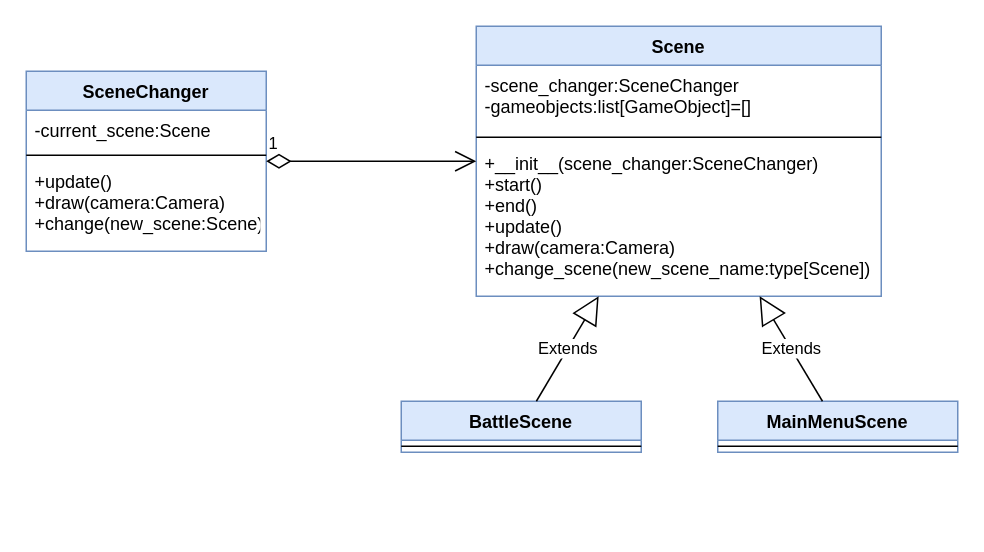
Earlier version of the draw.io diagram page "ScencChanger" (6 of 6) of Diagram/ARPG_PrototypeClassDiagram.drawio (dopamine333/ARPG_Prototype). Source tidied: cells renumbered, new cells numbered last; positions are measured from the earlier drawing's top-left corner, leaving out a move shared by most shapes. Both pictures are drawn from the tidied source at 150%, with x=0, y=0 at pixel (26, 26).
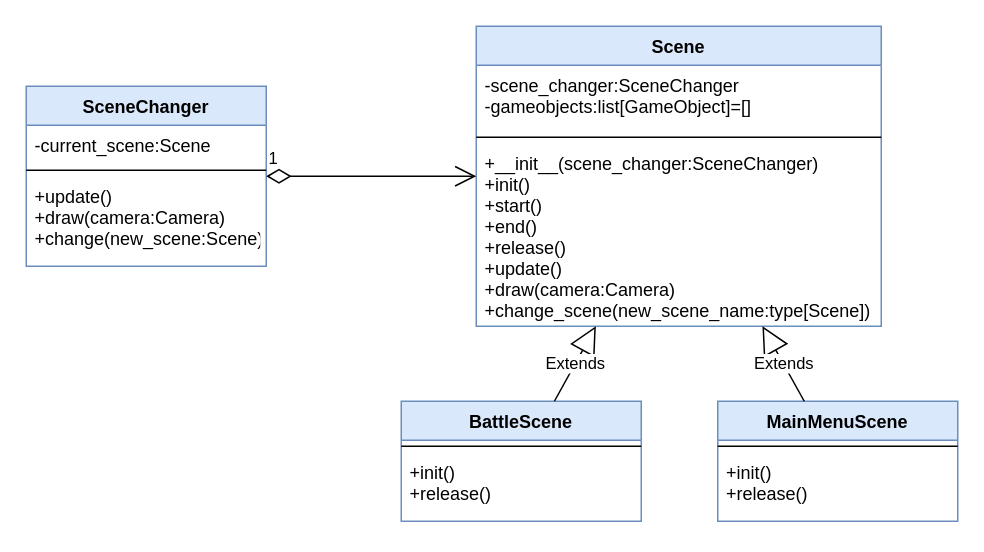
Above is the later version.

The edit, as a diff of the source:
```diff
@@
 <mxGraphModel>
   <root>
     <mxCell id="0" />
     <mxCell id="1" parent="0" />
     <mxCell id="2" value="SceneChanger" style="swimlane;fontStyle=1;align=center;verticalAlign=top;horizontal=1;startSize=26;fillColor=#dae8fc;strokeColor=#6c8ebf;" parent="1" vertex="1">
-      <mxGeometry y="30" width="160" height="120" as="geometry" />
+      <mxGeometry y="40" width="160" height="120" as="geometry" />
     </mxCell>
     <mxCell id="3" value="-current_scene:Scene" style="text;strokeColor=none;fillColor=none;align=left;verticalAlign=top;spacingLeft=4;spacingRight=4;overflow=hidden;" parent="2" vertex="1">
       <mxGeometry y="26" width="160" height="26" as="geometry" />
     </mxCell>
     <mxCell id="4" style="line;strokeWidth=1;fillColor=none;align=left;verticalAlign=middle;spacingTop=-1;spacingLeft=3;spacingRight=3;labelPosition=right;" parent="2" vertex="1">
       <mxGeometry y="52" width="160" height="8" as="geometry" />
     </mxCell>
     <mxCell id="5" value="+update()&#10;+draw(camera:Camera)&#10;+change(new_scene:Scene)" style="text;strokeColor=none;fillColor=none;align=left;verticalAlign=top;spacingLeft=4;spacingRight=4;overflow=hidden;" parent="2" vertex="1">
       <mxGeometry y="60" width="160" height="60" as="geometry" />
     </mxCell>
     <mxCell id="6" value="Scene" style="swimlane;fontStyle=1;align=center;verticalAlign=top;horizontal=1;startSize=26;fillColor=#dae8fc;strokeColor=#6c8ebf;" parent="1" vertex="1">
-      <mxGeometry x="300" width="270" height="180" as="geometry" />
+      <mxGeometry x="300" width="270" height="200" as="geometry" />
     </mxCell>
     <mxCell id="7" value="-scene_changer:SceneChanger&#10;-gameobjects:list[GameObject]=[]" style="text;strokeColor=none;fillColor=none;align=left;verticalAlign=top;spacingLeft=4;spacingRight=4;overflow=hidden;" parent="6" vertex="1">
       <mxGeometry y="26" width="270" height="44" as="geometry" />
     </mxCell>
     <mxCell id="8" style="line;strokeWidth=1;fillColor=none;align=left;verticalAlign=middle;spacingTop=-1;spacingLeft=3;spacingRight=3;labelPosition=right;" parent="6" vertex="1">
       <mxGeometry y="70" width="270" height="8" as="geometry" />
     </mxCell>
-    <mxCell id="9" value="+__init__(scene_changer:SceneChanger)&#10;+start()&#10;+end()&#10;+update()&#10;+draw(camera:Camera)&#10;+change_scene(new_scene_name:type[Scene])" style="text;strokeColor=none;fillColor=none;align=left;verticalAlign=top;spacingLeft=4;spacingRight=4;overflow=hidden;" parent="6" vertex="1">
-      <mxGeometry y="78" width="270" height="102" as="geometry" />
+    <mxCell id="9" value="+__init__(scene_changer:SceneChanger)&#10;+init()&#10;+start()&#10;+end()&#10;+release()&#10;+update()&#10;+draw(camera:Camera)&#10;+change_scene(new_scene_name:type[Scene])" style="text;strokeColor=none;fillColor=none;align=left;verticalAlign=top;spacingLeft=4;spacingRight=4;overflow=hidden;" parent="6" vertex="1">
+      <mxGeometry y="78" width="270" height="122" as="geometry" />
     </mxCell>
     <mxCell id="10" value="BattleScene" style="swimlane;fontStyle=1;align=center;verticalAlign=top;horizontal=1;startSize=26;fillColor=#dae8fc;strokeColor=#6c8ebf;" parent="1" vertex="1">
-      <mxGeometry x="250" y="250" width="160" height="34" as="geometry" />
+      <mxGeometry x="250" y="250" width="160" height="80" as="geometry" />
     </mxCell>
     <mxCell id="11" style="line;strokeWidth=1;fillColor=none;align=left;verticalAlign=middle;spacingTop=-1;spacingLeft=3;spacingRight=3;labelPosition=right;" parent="10" vertex="1">
       <mxGeometry y="26" width="160" height="8" as="geometry" />
     </mxCell>
+    <mxCell id="17" value="+init()&#10;+release()" style="text;strokeColor=none;fillColor=none;align=left;verticalAlign=top;spacingLeft=4;spacingRight=4;overflow=hidden;" parent="10" vertex="1">
+      <mxGeometry y="34" width="160" height="46" as="geometry" />
+    </mxCell>
     <mxCell id="12" value="MainMenuScene" style="swimlane;fontStyle=1;align=center;verticalAlign=top;horizontal=1;startSize=26;fillColor=#dae8fc;strokeColor=#6c8ebf;" parent="1" vertex="1">
-      <mxGeometry x="461" y="250" width="160" height="34" as="geometry" />
+      <mxGeometry x="461" y="250" width="160" height="80" as="geometry" />
     </mxCell>
     <mxCell id="13" style="line;strokeWidth=1;fillColor=none;align=left;verticalAlign=middle;spacingTop=-1;spacingLeft=3;spacingRight=3;labelPosition=right;" parent="12" vertex="1">
       <mxGeometry y="26" width="160" height="8" as="geometry" />
     </mxCell>
+    <mxCell id="18" value="+init()&#10;+release()" style="text;strokeColor=none;fillColor=none;align=left;verticalAlign=top;spacingLeft=4;spacingRight=4;overflow=hidden;" parent="12" vertex="1">
+      <mxGeometry y="34" width="160" height="46" as="geometry" />
+    </mxCell>
     <mxCell id="14" value="Extends" style="endArrow=block;endSize=16;endFill=0;html=1;" parent="1" edge="1" source="12" target="6">
       <mxGeometry relative="1" as="geometry" />
     </mxCell>
     <mxCell id="15" value="Extends" style="endArrow=block;endSize=16;endFill=0;html=1;" parent="1" edge="1" source="10" target="6">
       <mxGeometry relative="1" as="geometry" />
     </mxCell>
     <mxCell id="16" value="1" style="endArrow=open;html=1;endSize=12;startArrow=diamondThin;startSize=14;startFill=0;edgeStyle=orthogonalEdgeStyle;align=left;verticalAlign=bottom;" parent="1" edge="1" source="2" target="6">
       <mxGeometry x="-1" y="3" relative="1" as="geometry" />
     </mxCell>
   </root>
 </mxGraphModel>
```
